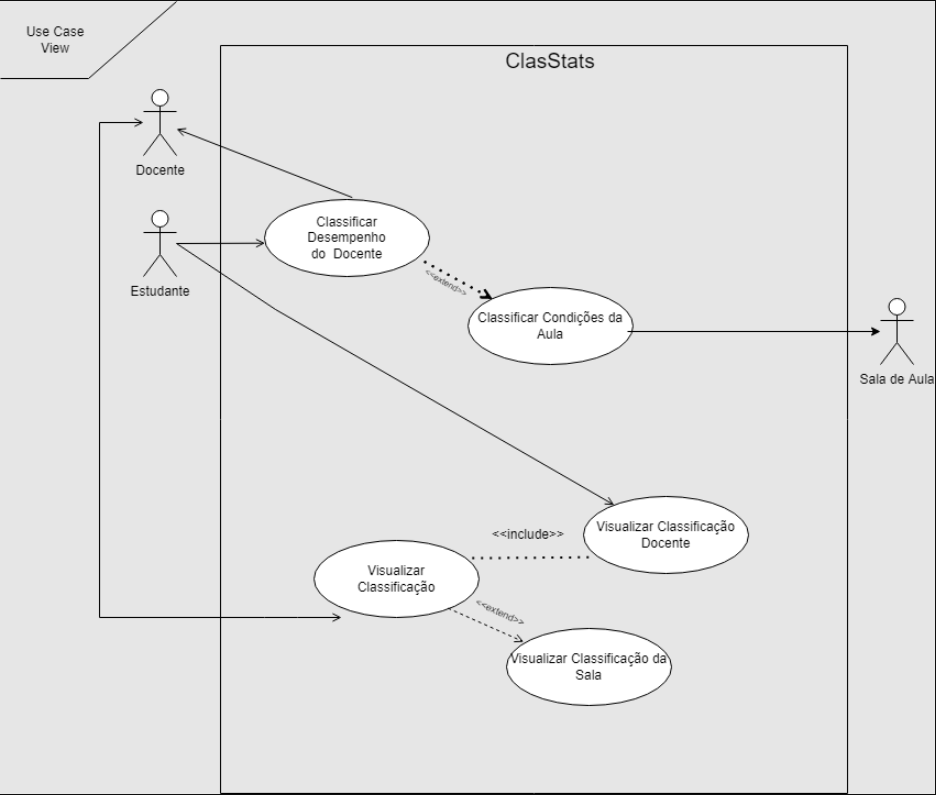
Before: images/UseCases.png, a diagram exported from draw.io (LEIC-ES-2021-22/2LEIC03T2). Source tidied: cells renumbered, new cells last; positions are measured from the earlier drawing's top-left corner, leaving out a move shared by most shapes.
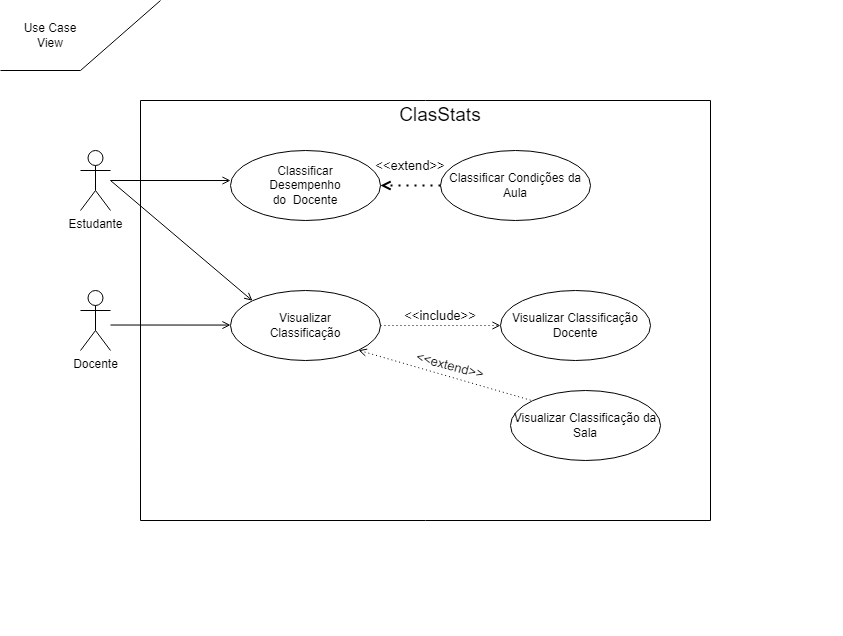
The same diagram one commit later.

Commit message:
Updated Use Cases

The edit, as a diff of the source:
```diff
@@ -1,60 +1,60 @@
-<mxGraphModel>
+<mxGraphModel background="#FFFFFF">
   <root>
     <mxCell id="0" />
     <mxCell id="1" parent="0" />
     <mxCell id="2" value="Estudante" style="shape=umlActor;verticalLabelPosition=bottom;verticalAlign=top;html=1;" parent="1" vertex="1">
-      <mxGeometry x="130" y="190" width="30" height="60" as="geometry" />
+      <mxGeometry x="80" y="150" width="30" height="60" as="geometry" />
     </mxCell>
     <mxCell id="3" style="swimlane;startSize=0;" parent="1" vertex="1">
-      <mxGeometry x="200" y="40" width="570" height="680" as="geometry" />
+      <mxGeometry x="140" y="100" width="570" height="420" as="geometry" />
     </mxCell>
     <mxCell id="4" style="ellipse;whiteSpace=wrap;html=1;" parent="3" vertex="1">
-      <mxGeometry x="40" y="140" width="150" height="70" as="geometry" />
+      <mxGeometry x="90" y="50" width="150" height="70" as="geometry" />
     </mxCell>
     <mxCell id="5" value="Classificar Desempenho do&amp;nbsp; Docente" style="text;html=1;strokeColor=none;fillColor=none;align=center;verticalAlign=middle;whiteSpace=wrap;rounded=0;" parent="3" vertex="1">
-      <mxGeometry x="85" y="160" width="60" height="30" as="geometry" />
+      <mxGeometry x="135" y="70" width="60" height="30" as="geometry" />
     </mxCell>
     <mxCell id="6" value="Classificar Condições da Aula" style="ellipse;whiteSpace=wrap;html=1;" parent="3" vertex="1">
-      <mxGeometry x="225" y="220" width="150" height="70" as="geometry" />
+      <mxGeometry x="300" y="50" width="150" height="70" as="geometry" />
     </mxCell>
-    <mxCell id="7" style="endArrow=none;dashed=1;html=1;dashPattern=1 3;strokeWidth=2;rounded=0;entryX=0.941;entryY=0.774;entryDx=0;entryDy=0;startArrow=open;startFill=0;entryPerimeter=0;exitX=0;exitY=0;exitDx=0;exitDy=0;" parent="3" edge="1" source="6" target="4">
+    <mxCell id="7" style="endArrow=open;dashed=1;html=1;dashPattern=1 3;strokeWidth=2;rounded=0;entryX=1;entryY=0.5;entryDx=0;entryDy=0;startArrow=none;startFill=0;exitX=0;exitY=0.5;exitDx=0;exitDy=0;endFill=0;" parent="3" edge="1" source="6" target="4">
       <mxGeometry relative="1" as="geometry" />
     </mxCell>
-    <mxCell id="8" value="&lt;font style=&quot;font-size: 8px&quot;&gt;&amp;lt;&amp;lt;extend&amp;gt;&amp;gt;&lt;/font&gt;" style="text;html=1;strokeColor=none;fillColor=none;align=center;verticalAlign=middle;whiteSpace=wrap;rounded=0;rotation=30;" parent="3" vertex="1">
-      <mxGeometry x="176" y="200" width="60" height="30" as="geometry" />
+    <mxCell id="8" value="&lt;font style=&quot;font-size: 13px;&quot;&gt;&amp;lt;&amp;lt;extend&amp;gt;&amp;gt;&lt;/font&gt;" style="text;html=1;strokeColor=none;fillColor=none;align=center;verticalAlign=middle;whiteSpace=wrap;rounded=0;rotation=0;strokeWidth=1;fontSize=13;" parent="3" vertex="1">
+      <mxGeometry x="240" y="50" width="60" height="30" as="geometry" />
     </mxCell>
-    <mxCell id="9" style="endArrow=none;dashed=1;html=1;dashPattern=1 3;strokeWidth=2;rounded=0;entryX=0.941;entryY=0.774;entryDx=0;entryDy=0;startArrow=open;startFill=0;entryPerimeter=0;exitX=0;exitY=0;exitDx=0;exitDy=0;" parent="3" edge="1">
-      <mxGeometry relative="1" as="geometry">
-        <mxPoint x="247" y="230.3" as="sourcePoint" />
-        <mxPoint x="181.2" y="194.2" as="targetPoint" />
-      </mxGeometry>
-    </mxCell>
     <mxCell id="10" style="ellipse;whiteSpace=wrap;html=1;" parent="3" vertex="1">
-      <mxGeometry x="85" y="450" width="150" height="70" as="geometry" />
+      <mxGeometry x="90" y="190" width="150" height="70" as="geometry" />
     </mxCell>
     <mxCell id="11" value="Visualizar Classificação" style="text;html=1;strokeColor=none;fillColor=none;align=center;verticalAlign=middle;whiteSpace=wrap;rounded=0;" parent="3" vertex="1">
-      <mxGeometry x="130" y="470" width="60" height="30" as="geometry" />
+      <mxGeometry x="135" y="210" width="60" height="30" as="geometry" />
     </mxCell>
     <mxCell id="12" value="Visualizar Classificação Docente" style="ellipse;whiteSpace=wrap;html=1;" parent="3" vertex="1">
-      <mxGeometry x="330" y="410" width="150" height="70" as="geometry" />
+      <mxGeometry x="360" y="190" width="150" height="70" as="geometry" />
     </mxCell>
     <mxCell id="13" value="&lt;font style=&quot;font-size: 19px&quot;&gt;ClasStats&lt;/font&gt;" style="text;html=1;strokeColor=none;fillColor=none;align=center;verticalAlign=middle;whiteSpace=wrap;rounded=0;fontSize=8;" parent="3" vertex="1">
       <mxGeometry x="270" width="60" height="30" as="geometry" />
     </mxCell>
     <mxCell id="14" value="Visualizar Classificação da Sala" style="ellipse;whiteSpace=wrap;html=1;" parent="3" vertex="1">
-      <mxGeometry x="260" y="530" width="150" height="70" as="geometry" />
+      <mxGeometry x="370" y="290" width="150" height="70" as="geometry" />
     </mxCell>
-    <mxCell id="15" style="endArrow=none;dashed=1;html=1;dashPattern=1 3;strokeWidth=2;rounded=0;entryX=0.049;entryY=0.789;entryDx=0;entryDy=0;entryPerimeter=0;exitX=0.958;exitY=0.23;exitDx=0;exitDy=0;exitPerimeter=0;" parent="3" edge="1" source="10" target="12">
+    <mxCell id="15" style="endArrow=open;dashed=1;html=1;dashPattern=1 3;strokeWidth=1;rounded=0;entryX=0;entryY=0.5;entryDx=0;entryDy=0;exitX=1;exitY=0.5;exitDx=0;exitDy=0;startArrow=none;startFill=0;endFill=0;" parent="3" edge="1" source="10" target="12">
       <mxGeometry relative="1" as="geometry" />
     </mxCell>
-    <mxCell id="16" value="&amp;lt;&amp;lt;include&amp;gt;&amp;gt;" style="text;html=1;strokeColor=none;fillColor=none;align=center;verticalAlign=middle;whiteSpace=wrap;rounded=0;" parent="3" vertex="1">
-      <mxGeometry x="250" y="430" width="60" height="30" as="geometry" />
+    <mxCell id="16" value="&amp;lt;&amp;lt;include&amp;gt;&amp;gt;" style="text;html=1;strokeColor=none;fillColor=none;align=center;verticalAlign=middle;whiteSpace=wrap;rounded=0;fontSize=13;" parent="3" vertex="1">
+      <mxGeometry x="270" y="200" width="60" height="30" as="geometry" />
     </mxCell>
+    <mxCell id="31" style="endArrow=open;html=1;rounded=0;strokeWidth=1;entryX=0;entryY=0.429;entryDx=0;entryDy=0;entryPerimeter=0;endFill=0;" parent="3" edge="1">
+      <mxGeometry relative="1" as="geometry">
+        <mxPoint x="-30" y="224.5" as="sourcePoint" />
+        <mxPoint x="90" y="224.6" as="targetPoint" />
+      </mxGeometry>
+    </mxCell>
-    <mxCell id="17" style="endArrow=open;html=1;rounded=0;exitX=0.812;exitY=0.88;exitDx=0;exitDy=0;exitPerimeter=0;entryX=0.104;entryY=0.174;entryDx=0;entryDy=0;startArrow=none;startFill=0;endFill=0;dashed=1;entryPerimeter=0;" parent="3" edge="1" source="10" target="14">
+    <mxCell id="17" style="endArrow=none;dashed=1;html=1;dashPattern=1 3;strokeWidth=1;rounded=0;entryX=0;entryY=0;entryDx=0;entryDy=0;exitX=1;exitY=1;exitDx=0;exitDy=0;startArrow=open;startFill=0;endFill=0;" parent="3" edge="1" source="10" target="14">
       <mxGeometry relative="1" as="geometry" />
     </mxCell>
-    <mxCell id="18" value="&lt;font style=&quot;font-size: 9px&quot;&gt;&amp;lt;&amp;lt;extend&amp;gt;&amp;gt;&lt;/font&gt;" style="text;html=1;strokeColor=none;fillColor=none;align=center;verticalAlign=middle;whiteSpace=wrap;rounded=0;rotation=25;" parent="3" vertex="1">
-      <mxGeometry x="225" y="500" width="60" height="30" as="geometry" />
+    <mxCell id="18" value="&amp;lt;&amp;lt;extend&amp;gt;&amp;gt;" style="text;html=1;strokeColor=none;fillColor=none;align=center;verticalAlign=middle;whiteSpace=wrap;rounded=0;fontSize=13;rotation=15;" parent="3" vertex="1">
+      <mxGeometry x="280" y="250" width="60" height="30" as="geometry" />
     </mxCell>
     <mxCell id="19" style="endArrow=none;html=1;rounded=0;" parent="1" edge="1">
       <mxGeometry relative="1" as="geometry">
@@ -71,56 +71,23 @@
     <mxCell id="21" value="Use Case View" style="text;html=1;strokeColor=none;fillColor=none;align=center;verticalAlign=middle;whiteSpace=wrap;rounded=0;" parent="1" vertex="1">
       <mxGeometry x="20" y="20" width="60" height="30" as="geometry" />
     </mxCell>
-    <mxCell id="22" value="Sala de Aula" style="shape=umlActor;verticalLabelPosition=bottom;verticalAlign=top;html=1;outlineConnect=0;" parent="1" vertex="1">
-      <mxGeometry x="800" y="270" width="30" height="60" as="geometry" />
-    </mxCell>
-    <mxCell id="23" style="endArrow=classic;html=1;rounded=0;" parent="1" edge="1" target="22">
-      <mxGeometry relative="1" as="geometry">
-        <mxPoint x="570" y="300" as="sourcePoint" />
-      </mxGeometry>
-    </mxCell>
     <mxCell id="24" style="endArrow=none;html=1;rounded=0;fontSize=8;entryX=0;entryY=0;entryDx=0;entryDy=0;startArrow=none;startFill=0;strokeColor=none;" parent="1" edge="1" target="4">
       <mxGeometry relative="1" as="geometry">
-        <mxPoint x="170" y="110" as="sourcePoint" />
+        <mxPoint x="120" y="270" as="sourcePoint" />
       </mxGeometry>
     </mxCell>
-    <mxCell id="25" style="endArrow=open;html=1;rounded=0;fontSize=8;startArrow=none;startFill=0;endFill=0;entryX=0.003;entryY=0.567;entryDx=0;entryDy=0;entryPerimeter=0;" parent="1" edge="1" target="4">
-      <mxGeometry relative="1" as="geometry">
-        <mxPoint x="160" y="220" as="sourcePoint" />
-      </mxGeometry>
-    </mxCell>
-    <mxCell id="26" style="endArrow=open;html=1;rounded=0;fontSize=8;startArrow=none;startFill=0;endFill=0;" parent="1" edge="1" target="12">
-      <mxGeometry relative="1" as="geometry">
-        <mxPoint x="160" y="220" as="sourcePoint" />
-        <Array as="points">
-          <mxPoint x="250" y="280" />
-        </Array>
-      </mxGeometry>
-    </mxCell>
     <mxCell id="27" value="Docente" style="shape=umlActor;verticalLabelPosition=bottom;verticalAlign=top;html=1;outlineConnect=0;" parent="1" vertex="1">
-      <mxGeometry x="130" y="80" width="30" height="60" as="geometry" />
+      <mxGeometry x="80" y="290" width="30" height="60" as="geometry" />
     </mxCell>
-    <mxCell id="28" style="endArrow=none;html=1;rounded=0;fontSize=8;endFill=0;startArrow=open;startFill=0;entryX=0.532;entryY=-0.026;entryDx=0;entryDy=0;entryPerimeter=0;" parent="1" edge="1" source="27" target="4">
-      <mxGeometry relative="1" as="geometry" />
-    </mxCell>
-    <mxCell id="29" style="endArrow=open;html=1;rounded=0;fontSize=8;startArrow=none;startFill=0;endFill=0;" parent="1" edge="1">
-      <mxGeometry relative="1" as="geometry">
-        <mxPoint x="90" y="560" as="sourcePoint" />
-        <mxPoint x="130" y="110" as="targetPoint" />
-        <Array as="points">
-          <mxPoint x="90" y="110" />
-        </Array>
-      </mxGeometry>
-    </mxCell>
-    <mxCell id="30" style="endArrow=open;html=1;rounded=0;fontSize=8;endFill=0;" parent="1" edge="1">
-      <mxGeometry relative="1" as="geometry">
-        <mxPoint x="90" y="560" as="sourcePoint" />
-        <mxPoint x="310" y="560" as="targetPoint" />
-        <Array as="points">
-          <mxPoint x="240" y="560" />
-          <mxPoint x="270" y="560" />
-        </Array>
-      </mxGeometry>
-    </mxCell>
+    <mxCell id="32" style="endArrow=open;html=1;rounded=0;strokeWidth=1;entryX=0;entryY=0.429;entryDx=0;entryDy=0;entryPerimeter=0;endFill=0;" parent="1" edge="1" target="4">
+      <mxGeometry relative="1" as="geometry">
+        <mxPoint x="110" y="180" as="sourcePoint" />
+      </mxGeometry>
+    </mxCell>
+    <mxCell id="33" style="endArrow=open;html=1;rounded=0;strokeWidth=1;entryX=0;entryY=0;entryDx=0;entryDy=0;endFill=0;" parent="1" edge="1" target="10">
+      <mxGeometry relative="1" as="geometry">
+        <mxPoint x="110" y="180" as="sourcePoint" />
+      </mxGeometry>
+    </mxCell>
   </root>
 </mxGraphModel>
```
